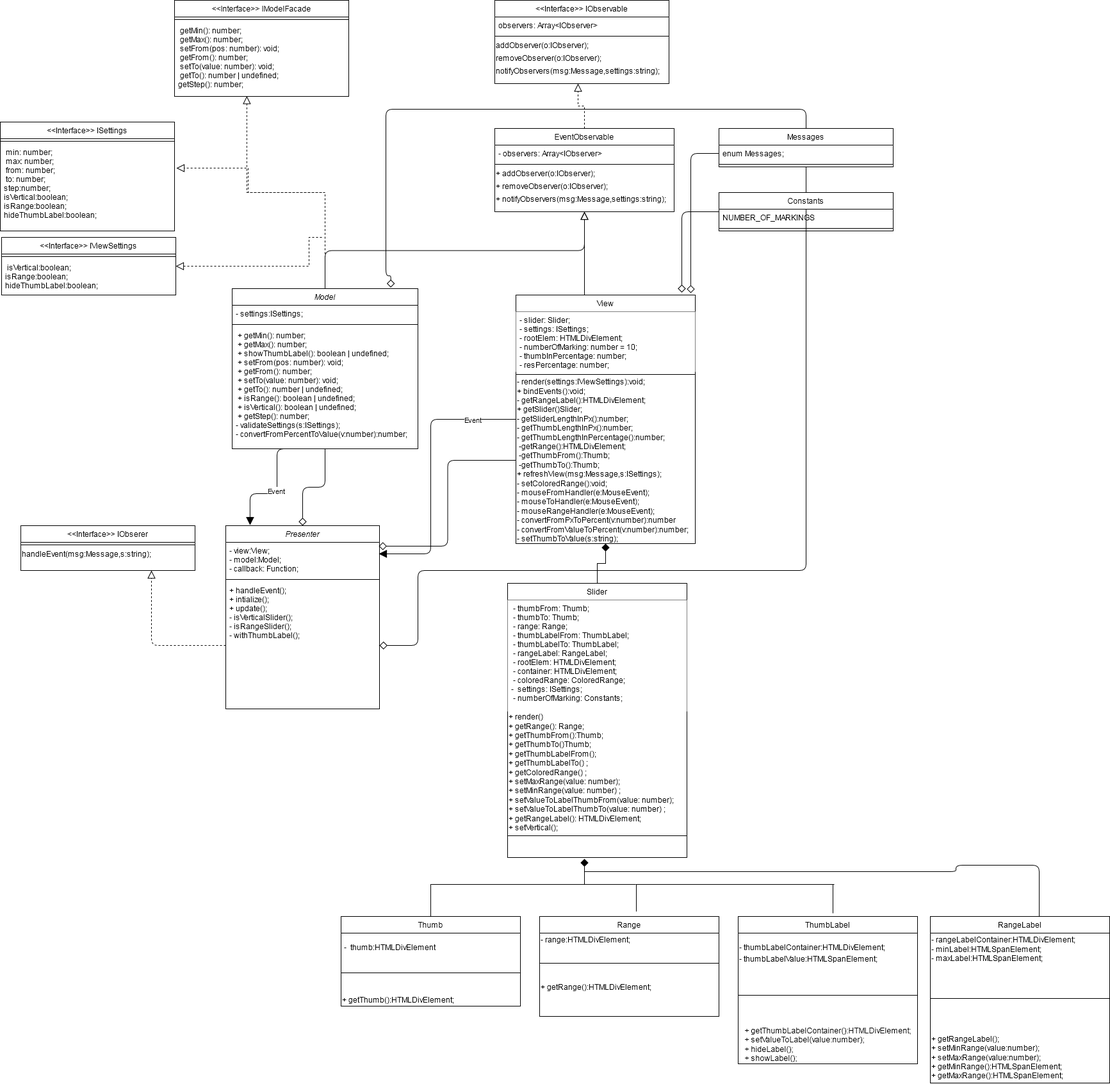
mvodev/FSDCourse4 keeps this draw.io diagram as docs/FSDCourse4UMLDiagram.png. Above is the earlier version. Source tidied: cells renumbered, new cells last; positions are measured from the earlier drawing's top-left corner, leaving out a move shared by most shapes.
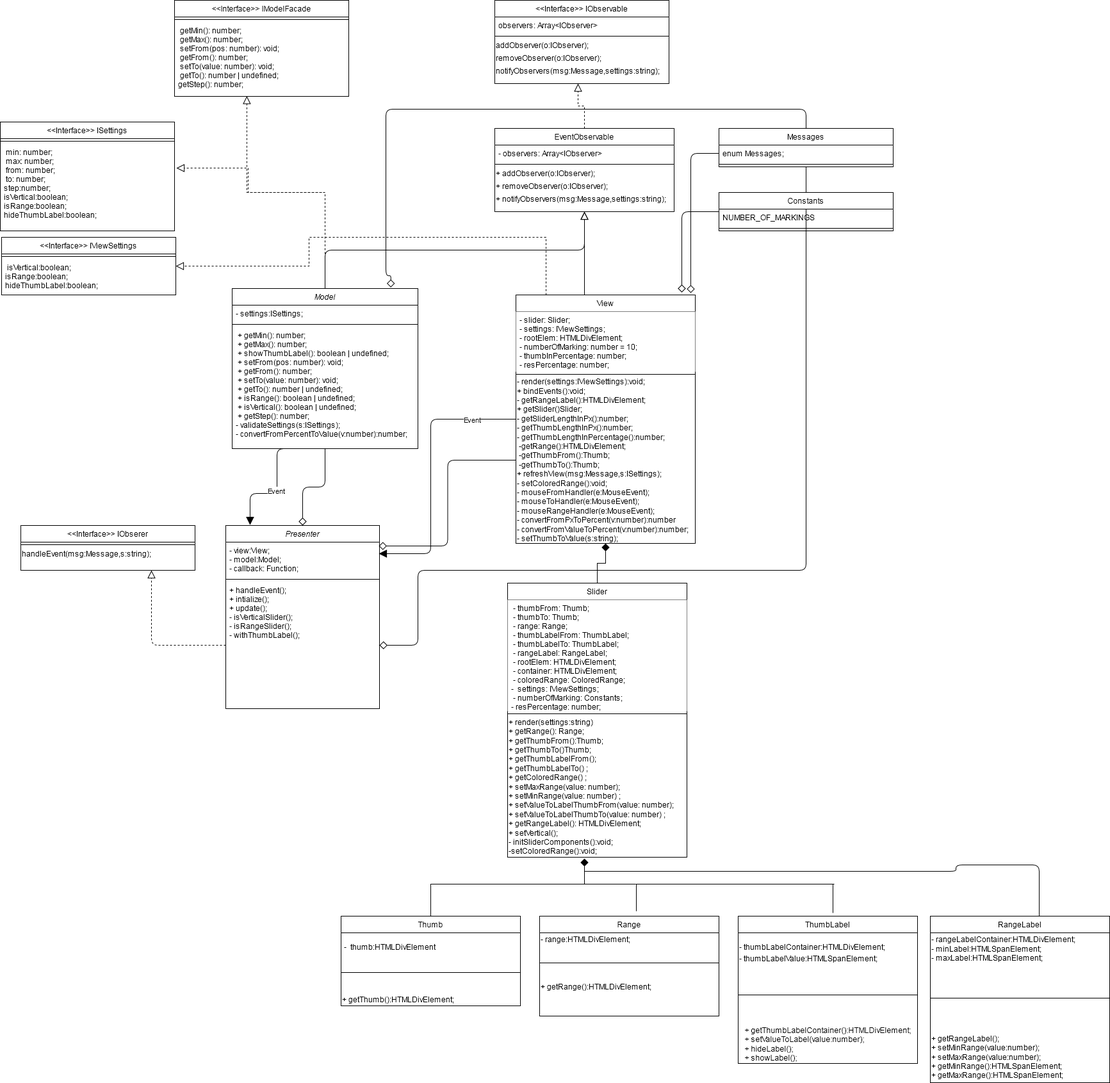
After the commit.

Commit message:
into UML diagram of classes added interface IViewSettings

Change to the diagram source:
```diff
@@ -46,7 +46,7 @@
     <mxCell id="12" value="View" style="swimlane;fontStyle=0;align=center;verticalAlign=top;horizontal=1;startSize=26;rounded=0;shadow=0;strokeWidth=1;" parent="1" vertex="1">
       <mxGeometry x="805" y="460" width="280" height="388" as="geometry" />
     </mxCell>
-    <mxCell id="13" value="- slider: Slider;&#10;- settings: ISettings;&#10;- rootElem: HTMLDivElement;&#10;- numberOfMarking: number = 10;&#10;- thumbInPercentage: number;&#10;- resPercentage: number;" style="text;align=left;verticalAlign=top;spacingLeft=4;spacingRight=4;overflow=hidden;fillColor=#ffffff;" parent="12" vertex="1">
+    <mxCell id="13" value="- slider: Slider;&#10;- settings: IViewSettings;&#10;- rootElem: HTMLDivElement;&#10;- numberOfMarking: number = 10;&#10;- thumbInPercentage: number;&#10;- resPercentage: number;" style="text;align=left;verticalAlign=top;spacingLeft=4;spacingRight=4;overflow=hidden;fillColor=#ffffff;" parent="12" vertex="1">
       <mxGeometry y="26" width="280" height="94" as="geometry" />
     </mxCell>
     <mxCell id="14" style="line;html=1;strokeWidth=1;align=left;verticalAlign=middle;spacingTop=-1;spacingLeft=3;spacingRight=3;labelPosition=right;" parent="12" vertex="1">
@@ -136,15 +136,15 @@
     <mxCell id="39" value="Slider&#10;" style="swimlane;fontStyle=0;align=center;verticalAlign=top;horizontal=1;startSize=26;rounded=0;shadow=0;strokeWidth=1;" parent="1" vertex="1">
       <mxGeometry x="792" y="910" width="280" height="428" as="geometry" />
     </mxCell>
-    <mxCell id="40" value=" - thumbFrom: Thumb;&#10; - thumbTo: Thumb;&#10; - range: Range;&#10; - thumbLabelFrom: ThumbLabel;&#10; - thumbLabelTo: ThumbLabel;&#10; - rangeLabel: RangeLabel;&#10; - rootElem: HTMLDivElement;&#10; - container: HTMLDivElement;&#10; - coloredRange: ColoredRange;&#10;-  settings: ISettings;&#10; - numberOfMarking: Constants;" style="text;align=left;verticalAlign=top;spacingLeft=4;spacingRight=4;overflow=hidden;fillColor=#ffffff;" parent="39" vertex="1">
+    <mxCell id="40" value=" - thumbFrom: Thumb;&#10; - thumbTo: Thumb;&#10; - range: Range;&#10; - thumbLabelFrom: ThumbLabel;&#10; - thumbLabelTo: ThumbLabel;&#10; - rangeLabel: RangeLabel;&#10; - rootElem: HTMLDivElement;&#10; - container: HTMLDivElement;&#10; - coloredRange: ColoredRange;&#10;-  settings: IViewSettings;&#10; - numberOfMarking: Constants;&#10;- resPercentage: number;&#10;" style="text;align=left;verticalAlign=top;spacingLeft=4;spacingRight=4;overflow=hidden;fillColor=#ffffff;" parent="39" vertex="1">
       <mxGeometry y="26" width="280" height="174" as="geometry" />
     </mxCell>
+    <mxCell id="42" style="line;html=1;strokeWidth=1;align=left;verticalAlign=middle;spacingTop=-1;spacingLeft=3;spacingRight=3;labelPosition=right;" parent="39" vertex="1">
+      <mxGeometry y="200" width="280" height="8" as="geometry" />
+    </mxCell>
-    <mxCell id="41" value="&lt;div align=&quot;left&quot;&gt;+ render()&lt;br&gt;+ getRange(): Range;&lt;br&gt;+ getThumbFrom():Thumb;&lt;br&gt;+ getThumbTo()Thumb;&lt;br&gt;+ getThumbLabelFrom();&lt;br&gt;+ getThumbLabelTo() ;&lt;br&gt;+ getColoredRange() ;&lt;br&gt;+ setMaxRange(value: number);&lt;br&gt;+ setMinRange(value: number) ;&lt;br&gt;+ setValueToLabelThumbFrom(value: number);&lt;br&gt;+ setValueToLabelThumbTo(value: number) ;&lt;br&gt;+ getRangeLabel(): HTMLDivElement;&lt;br&gt;+ setVertical();&lt;/div&gt;" style="text;html=1;align=left;verticalAlign=middle;" parent="39" vertex="1">
-      <mxGeometry y="200" width="280" height="190" as="geometry" />
+    <mxCell id="41" value="&lt;div align=&quot;left&quot;&gt;+ render(settings:string)&lt;br&gt;+ getRange(): Range;&lt;br&gt;+ getThumbFrom():Thumb;&lt;br&gt;+ getThumbTo()Thumb;&lt;br&gt;+ getThumbLabelFrom();&lt;br&gt;+ getThumbLabelTo() ;&lt;br&gt;+ getColoredRange() ;&lt;br&gt;+ setMaxRange(value: number);&lt;br&gt;+ setMinRange(value: number) ;&lt;br&gt;+ setValueToLabelThumbFrom(value: number);&lt;br&gt;+ setValueToLabelThumbTo(value: number) ;&lt;br&gt;+ getRangeLabel(): HTMLDivElement;&lt;br&gt;+ setVertical();&lt;/div&gt;&lt;div align=&quot;left&quot;&gt;- initSliderComponents():void;&lt;/div&gt;&lt;div align=&quot;left&quot;&gt;-setColoredRange():void;&lt;br&gt;&lt;/div&gt;" style="text;html=1;align=left;verticalAlign=middle;" parent="39" vertex="1">
+      <mxGeometry y="208" width="280" height="220" as="geometry" />
     </mxCell>
-    <mxCell id="42" style="line;html=1;strokeWidth=1;align=left;verticalAlign=middle;spacingTop=-1;spacingLeft=3;spacingRight=3;labelPosition=right;" parent="39" vertex="1">
-      <mxGeometry y="390" width="280" height="8" as="geometry" />
-    </mxCell>
     <mxCell id="43" style="edgeStyle=orthogonalEdgeStyle;rounded=0;jettySize=auto;html=1;exitX=0.5;exitY=0;exitDx=0;exitDy=0;endArrow=diamond;endFill=1;endSize=10;strokeWidth=1;" parent="1" edge="1" source="44">
       <mxGeometry relative="1" as="geometry">
         <mxPoint x="912" y="1340" as="targetPoint" />
@@ -318,10 +318,10 @@
         <mxPoint x="502" y="300" as="sourcePoint" />
       </mxGeometry>
     </mxCell>
-    <mxCell id="88" style="edgeStyle=orthogonalEdgeStyle;rounded=0;jettySize=auto;html=1;entryX=1;entryY=0.196;entryDx=0;entryDy=0;entryPerimeter=0;dashed=1;endArrow=block;endFill=0;endSize=10;strokeWidth=1;" parent="1" edge="1" target="86">
+    <mxCell id="88" style="edgeStyle=orthogonalEdgeStyle;rounded=0;jettySize=auto;html=1;entryX=1;entryY=0.196;entryDx=0;entryDy=0;entryPerimeter=0;dashed=1;endArrow=block;endFill=0;endSize=10;strokeWidth=1;exitX=0.168;exitY=0;exitDx=0;exitDy=0;exitPerimeter=0;" parent="1" edge="1" source="12" target="86">
       <mxGeometry relative="1" as="geometry">
-        <mxPoint x="502" y="370" as="sourcePoint" />
         <Array as="points">
+          <mxPoint x="852" y="370" />
           <mxPoint x="482" y="370" />
           <mxPoint x="482" y="415" />
         </Array>
```
